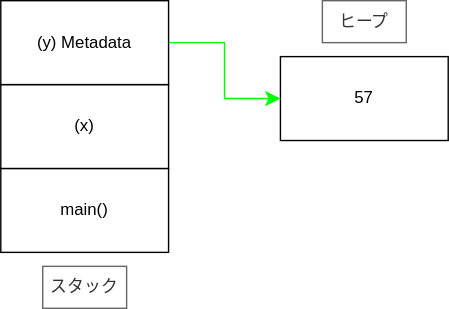
Earlier version of the draw.io export src/svg/chapter4/heap57y.drawio.svg (taku-n/scribbling-rust). Source tidied: cells renumbered, new cells last; positions are measured from the earlier drawing's top-left corner, leaving out a move shared by most shapes. Its diagram source:
```xml
<mxGraphModel>
  <root>
    <mxCell id="0" />
    <mxCell id="1" parent="0" />
    <mxCell id="2" value="main()" style="rounded=0;whiteSpace=wrap;html=1;" parent="1" vertex="1">
      <mxGeometry y="120" width="120" height="60" as="geometry" />
    </mxCell>
    <mxCell id="3" value="(x)" style="rounded=0;whiteSpace=wrap;html=1;" parent="1" vertex="1">
      <mxGeometry y="60" width="120" height="60" as="geometry" />
    </mxCell>
    <mxCell id="4" value="57" style="rounded=0;whiteSpace=wrap;html=1;" parent="1" vertex="1">
      <mxGeometry x="200" y="40" width="120" height="60" as="geometry" />
    </mxCell>
    <mxCell id="5" value="スタック" style="text;html=1;align=center;verticalAlign=middle;whiteSpace=wrap;rounded=0;fillColor=#FFFFFF;strokeColor=#666666;fontColor=#333333;" parent="1" vertex="1">
      <mxGeometry x="30" y="190" width="60" height="30" as="geometry" />
    </mxCell>
    <mxCell id="6" value="ヒープ" style="text;html=1;align=center;verticalAlign=middle;whiteSpace=wrap;rounded=0;fillColor=#FFFFFF;strokeColor=#666666;fontColor=#333333;" parent="1" vertex="1">
      <mxGeometry x="230" width="60" height="30" as="geometry" />
    </mxCell>
    <mxCell id="7" style="edgeStyle=elbowEdgeStyle;elbow=horizontal;endArrow=classic;html=1;curved=0;rounded=0;endSize=8;startSize=8;exitX=1;exitY=0.5;exitDx=0;exitDy=0;entryX=0;entryY=0.5;entryDx=0;entryDy=0;fillColor=#f5f5f5;strokeColor=#00FF00;" parent="1" edge="1" source="8" target="4">
      <mxGeometry relative="1" as="geometry" />
    </mxCell>
    <mxCell id="8" value="(y) Metadata" style="rounded=0;whiteSpace=wrap;html=1;" parent="1" vertex="1">
      <mxGeometry width="120" height="60" as="geometry" />
    </mxCell>
  </root>
</mxGraphModel>
```
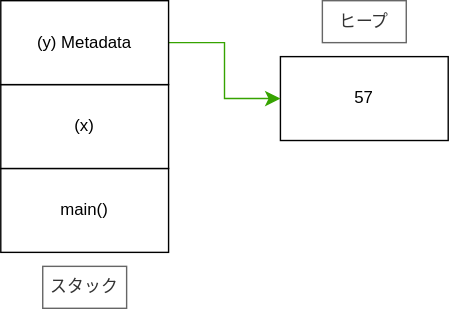
After the commit.

What changed in the source:
```diff
@@ -17,7 +17,7 @@
     <mxCell id="6" value="ヒープ" style="text;html=1;align=center;verticalAlign=middle;whiteSpace=wrap;rounded=0;fillColor=#FFFFFF;strokeColor=#666666;fontColor=#333333;" parent="1" vertex="1">
       <mxGeometry x="230" width="60" height="30" as="geometry" />
     </mxCell>
-    <mxCell id="7" style="edgeStyle=elbowEdgeStyle;elbow=horizontal;endArrow=classic;html=1;curved=0;rounded=0;endSize=8;startSize=8;exitX=1;exitY=0.5;exitDx=0;exitDy=0;entryX=0;entryY=0.5;entryDx=0;entryDy=0;fillColor=#f5f5f5;strokeColor=#00FF00;" parent="1" edge="1" source="8" target="4">
+    <mxCell id="7" style="edgeStyle=elbowEdgeStyle;elbow=horizontal;endArrow=classic;html=1;curved=0;rounded=0;endSize=8;startSize=8;exitX=1;exitY=0.5;exitDx=0;exitDy=0;entryX=0;entryY=0.5;entryDx=0;entryDy=0;fillColor=#f5f5f5;strokeColor=#36A300;" parent="1" edge="1" source="8" target="4">
       <mxGeometry relative="1" as="geometry" />
     </mxCell>
     <mxCell id="8" value="(y) Metadata" style="rounded=0;whiteSpace=wrap;html=1;" parent="1" vertex="1">
```
